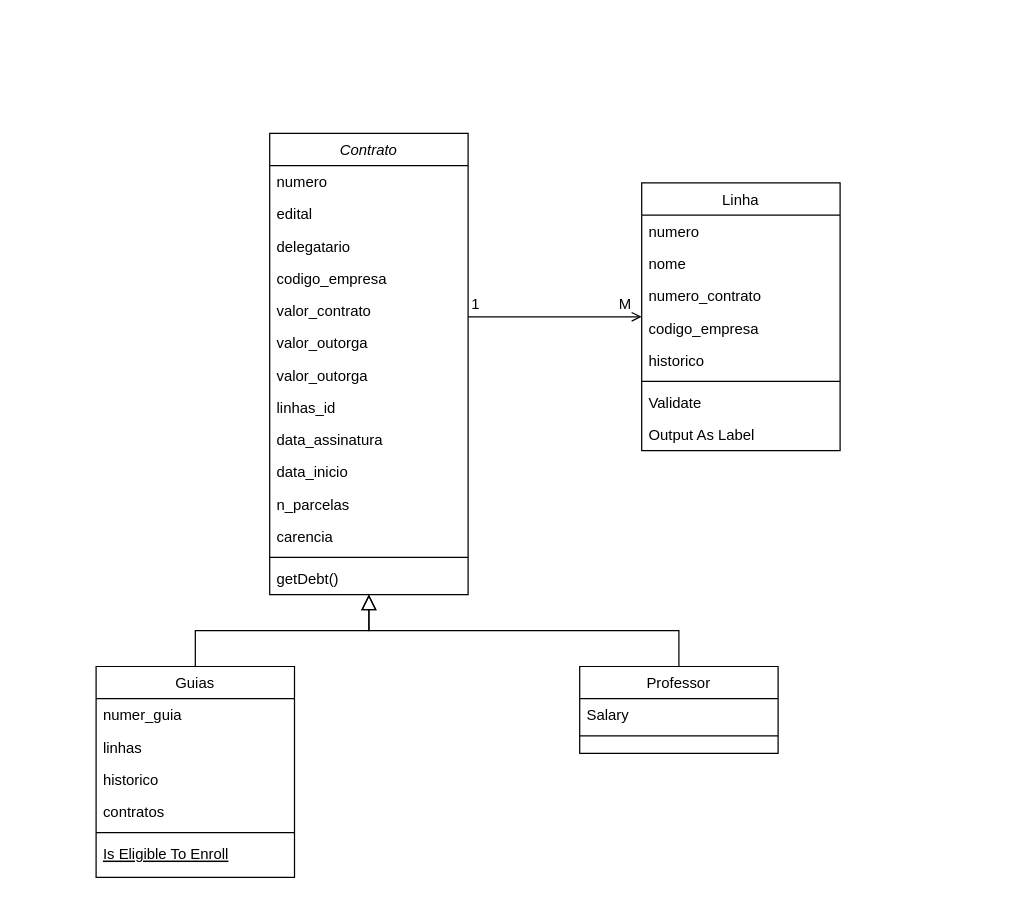
Before: diagrama_de_classe_outorga.drawio in sverissimo/outorgas_stim, a draw.io diagram. Source tidied: cells renumbered, new cells numbered last; positions are measured from the earlier drawing's top-left corner, leaving out a move shared by most shapes. Both pictures are drawn from the tidied source at 124%, with x=0, y=0 at pixel (95, 133).
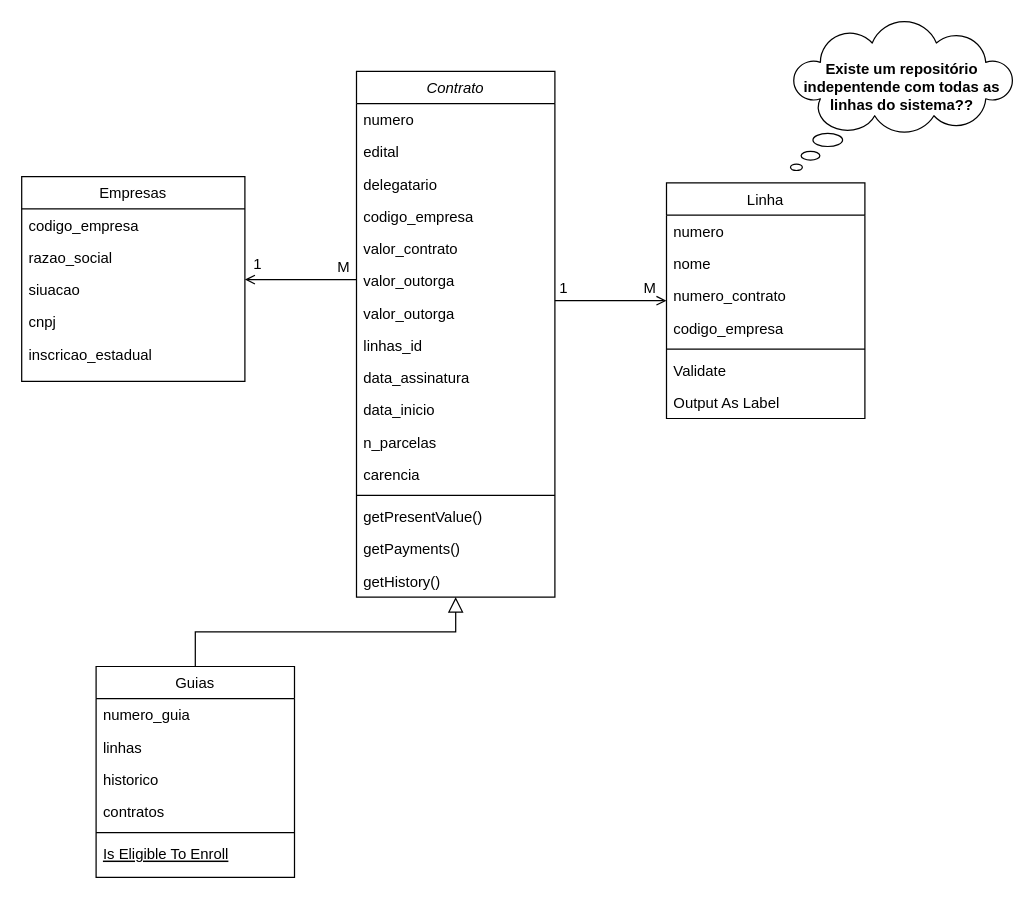
The same page after the edit.

The change refers to these unchanged cells:
```xml
<mxCell id="17" value="Guias" style="swimlane;fontStyle=0;align=center;verticalAlign=top;horizontal=1;startSize=26;rounded=0;shadow=0;strokeWidth=1;" parent="1" vertex="1">
  <mxGeometry y="430" width="160" height="170" as="geometry" />
</mxCell>
<mxCell id="38" style="endArrow=open;shadow=0;strokeWidth=1;rounded=0;endFill=1;edgeStyle=elbowEdgeStyle;elbow=vertical;" parent="1" edge="1" source="2" target="29">
  <mxGeometry x="0.5" y="41" relative="1" as="geometry">
    <mxPoint x="-40" y="32" as="offset" />
  </mxGeometry>
</mxCell>
```

Change to the diagram source:
```diff
@@
     <mxCell id="2" value="Contrato" style="swimlane;fontStyle=2;align=center;verticalAlign=top;horizontal=1;startSize=26;rounded=0;shadow=0;strokeWidth=1;" parent="1" vertex="1">
-      <mxGeometry x="140" width="160" height="372" as="geometry" />
+      <mxGeometry x="210" y="-50" width="160" height="424" as="geometry" />
     </mxCell>
@@
-    <mxCell id="16" value="getDebt()" style="text;align=left;verticalAlign=top;spacingLeft=4;spacingRight=4;overflow=hidden;" parent="2" vertex="1">
+    <mxCell id="16" value="getPresentValue()" style="text;align=left;verticalAlign=top;spacingLeft=4;spacingRight=4;overflow=hidden;" parent="2" vertex="1">
       <mxGeometry y="346" width="160" height="26" as="geometry" />
     </mxCell>
+    <mxCell id="41" value="getPayments()" style="text;align=left;verticalAlign=top;spacingLeft=4;spacingRight=4;overflow=hidden;" parent="2" vertex="1">
+      <mxGeometry y="372" width="160" height="26" as="geometry" />
+    </mxCell>
+    <mxCell id="42" value="getHistory()" style="text;align=left;verticalAlign=top;spacingLeft=4;spacingRight=4;overflow=hidden;" parent="2" vertex="1">
+      <mxGeometry y="398" width="160" height="26" as="geometry" />
+    </mxCell>
@@
-    <mxCell id="18" value="numer_guia" style="text;align=left;verticalAlign=top;spacingLeft=4;spacingRight=4;overflow=hidden;" parent="17" vertex="1">
+    <mxCell id="18" value="numero_guia" style="text;align=left;verticalAlign=top;spacingLeft=4;spacingRight=4;overflow=hidden;" parent="17" vertex="1">
       <mxGeometry y="26" width="160" height="26" as="geometry" />
     </mxCell>
@@
-    <mxCell id="25" value="Professor" style="swimlane;fontStyle=0;align=center;verticalAlign=top;horizontal=1;startSize=26;rounded=0;shadow=0;strokeWidth=1;" parent="1" vertex="1">
-      <mxGeometry x="390" y="430" width="160" height="70" as="geometry" />
+    <mxCell id="25" value="Empresas" style="swimlane;fontStyle=0;align=center;verticalAlign=top;horizontal=1;startSize=26;rounded=0;shadow=0;strokeWidth=1;" parent="1" vertex="1">
+      <mxGeometry x="-60" y="35" width="180" height="165" as="geometry" />
     </mxCell>
+    <mxCell id="43" value="codigo_empresa" style="text;align=left;verticalAlign=top;spacingLeft=4;spacingRight=4;overflow=hidden;" parent="25" vertex="1">
+      <mxGeometry y="26" width="180" height="26" as="geometry" />
+    </mxCell>
-    <mxCell id="26" value="Salary" style="text;align=left;verticalAlign=top;spacingLeft=4;spacingRight=4;overflow=hidden;" parent="25" vertex="1">
-      <mxGeometry y="26" width="160" height="26" as="geometry" />
+    <mxCell id="26" value="razao_social" style="text;align=left;verticalAlign=top;spacingLeft=4;spacingRight=4;overflow=hidden;" parent="25" vertex="1">
+      <mxGeometry y="52" width="180" height="26" as="geometry" />
     </mxCell>
-    <mxCell id="27" style="line;html=1;strokeWidth=1;align=left;verticalAlign=middle;spacingTop=-1;spacingLeft=3;spacingRight=3;labelPosition=right;" parent="25" vertex="1">
-      <mxGeometry y="52" width="160" height="8" as="geometry" />
-    </mxCell>
-    <mxCell id="28" style="endArrow=block;endSize=10;endFill=0;shadow=0;strokeWidth=1;rounded=0;edgeStyle=elbowEdgeStyle;elbow=vertical;" parent="1" edge="1" source="25" target="2">
-      <mxGeometry relative="1" as="geometry" />
-    </mxCell>
+    <mxCell id="44" value="siuacao" style="text;align=left;verticalAlign=top;spacingLeft=4;spacingRight=4;overflow=hidden;" parent="25" vertex="1">
+      <mxGeometry y="78" width="180" height="26" as="geometry" />
+    </mxCell>
+    <mxCell id="45" value="cnpj" style="text;align=left;verticalAlign=top;spacingLeft=4;spacingRight=4;overflow=hidden;" parent="25" vertex="1">
+      <mxGeometry y="104" width="180" height="26" as="geometry" />
+    </mxCell>
+    <mxCell id="46" value="inscricao_estadual" style="text;align=left;verticalAlign=top;spacingLeft=4;spacingRight=4;overflow=hidden;" parent="25" vertex="1">
+      <mxGeometry y="130" width="180" height="26" as="geometry" />
+    </mxCell>
     <mxCell id="29" value="Linha" style="swimlane;fontStyle=0;align=center;verticalAlign=top;horizontal=1;startSize=26;rounded=0;shadow=0;strokeWidth=1;" parent="1" vertex="1">
-      <mxGeometry x="440" y="40" width="160" height="216" as="geometry" />
+      <mxGeometry x="460" y="40" width="160" height="190" as="geometry" />
     </mxCell>
@@
-    <mxCell id="34" value="historico" style="text;align=left;verticalAlign=top;spacingLeft=4;spacingRight=4;overflow=hidden;rounded=0;shadow=0;html=0;" parent="29" vertex="1">
-      <mxGeometry y="130" width="160" height="26" as="geometry" />
-    </mxCell>
     <mxCell id="35" style="line;html=1;strokeWidth=1;align=left;verticalAlign=middle;spacingTop=-1;spacingLeft=3;spacingRight=3;labelPosition=right;" parent="29" vertex="1">
-      <mxGeometry y="156" width="160" height="8" as="geometry" />
+      <mxGeometry y="130" width="160" height="8" as="geometry" />
     </mxCell>
     <mxCell id="36" value="Validate" style="text;align=left;verticalAlign=top;spacingLeft=4;spacingRight=4;overflow=hidden;" parent="29" vertex="1">
-      <mxGeometry y="164" width="160" height="26" as="geometry" />
+      <mxGeometry y="138" width="160" height="26" as="geometry" />
     </mxCell>
     <mxCell id="37" value="Output As Label" style="text;align=left;verticalAlign=top;spacingLeft=4;spacingRight=4;overflow=hidden;" parent="29" vertex="1">
-      <mxGeometry y="190" width="160" height="26" as="geometry" />
+      <mxGeometry y="164" width="160" height="26" as="geometry" />
     </mxCell>
@@
     <mxCell id="39" value="1" style="align=left;verticalAlign=bottom;labelBackgroundColor=none;fontSize=12;" parent="38" vertex="1">
       <mxGeometry x="-1" relative="1" as="geometry">
-        <mxPoint x="1" y="-2" as="offset" />
+        <mxPoint x="2" y="-2" as="offset" />
       </mxGeometry>
     </mxCell>
@@
+    <mxCell id="47" value="Existe um repositório indepentende com todas as linhas do sistema??&lt;br&gt;&lt;br&gt;" style="whiteSpace=wrap;html=1;shape=mxgraph.basic.cloud_callout;align=center;fontSize=12;labelPosition=center;verticalLabelPosition=middle;verticalAlign=middle;fontStyle=1;" parent="1" vertex="1">
+      <mxGeometry x="560" y="-90" width="180" height="120" as="geometry" />
+    </mxCell>
+    <mxCell id="48" style="endArrow=open;shadow=0;strokeWidth=1;rounded=0;endFill=1;edgeStyle=elbowEdgeStyle;elbow=vertical;" parent="1" edge="1" source="2" target="25">
+      <mxGeometry x="0.5" y="41" relative="1" as="geometry">
+        <mxPoint x="-40" y="32" as="offset" />
+      </mxGeometry>
+    </mxCell>
+    <mxCell id="49" value="M" style="align=left;verticalAlign=bottom;labelBackgroundColor=none;fontSize=12;" parent="48" vertex="1">
+      <mxGeometry x="-1" relative="1" as="geometry">
+        <mxPoint x="-17" y="-2" as="offset" />
+      </mxGeometry>
+    </mxCell>
+    <mxCell id="50" value="1" style="align=right;verticalAlign=bottom;labelBackgroundColor=none;fontSize=12;" parent="48" vertex="1">
+      <mxGeometry x="1" relative="1" as="geometry">
+        <mxPoint x="15" y="-4" as="offset" />
+      </mxGeometry>
+    </mxCell>
```
